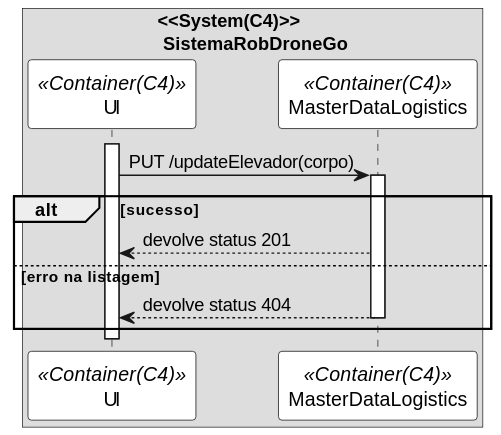
The PlantUML diagram docs/use_cases/UC280/vp2.svg in SlimJesus25/SEM5_PI, before a commit. The source it was exported from:
```plantuml
@startuml vp2

skinparam sequence {
ParticipantBorderColor black
ParticipantBackgroundColor white
}

box "<<System(C4)>>\n SistemaRobDroneGo"
participant UI as ui <<Container(C4)>>
participant MasterDataLogistics as mdl <<Container(C4)>>
activate ui
ui -> mdl: PUT /updateElevador(corpo)
activate mdl
alt sucesso
mdl --> ui: devolve status 201
else erro na listagem
mdl --> ui: devolve status 404
deactivate mdl
end
deactivate ui

end box

@enduml
```
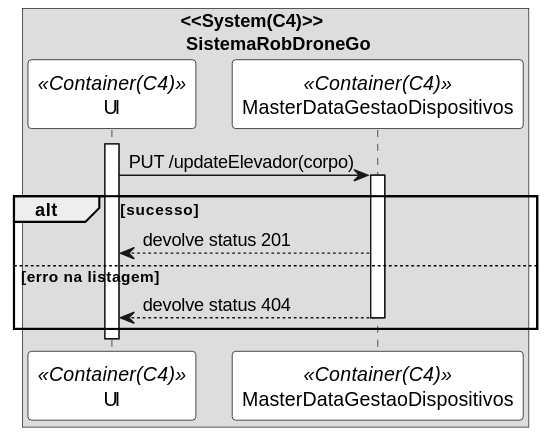
After the change.

What changed in the source:
```diff
@@ -7,7 +7,7 @@
 
 box "<<System(C4)>>\n SistemaRobDroneGo"
 participant UI as ui <<Container(C4)>>
-participant MasterDataLogistics as mdl <<Container(C4)>>
+participant MasterDataGestaoDispositivos as mdl <<Container(C4)>>
 activate ui
 ui -> mdl: PUT /updateElevador(corpo)
 activate mdl
```
